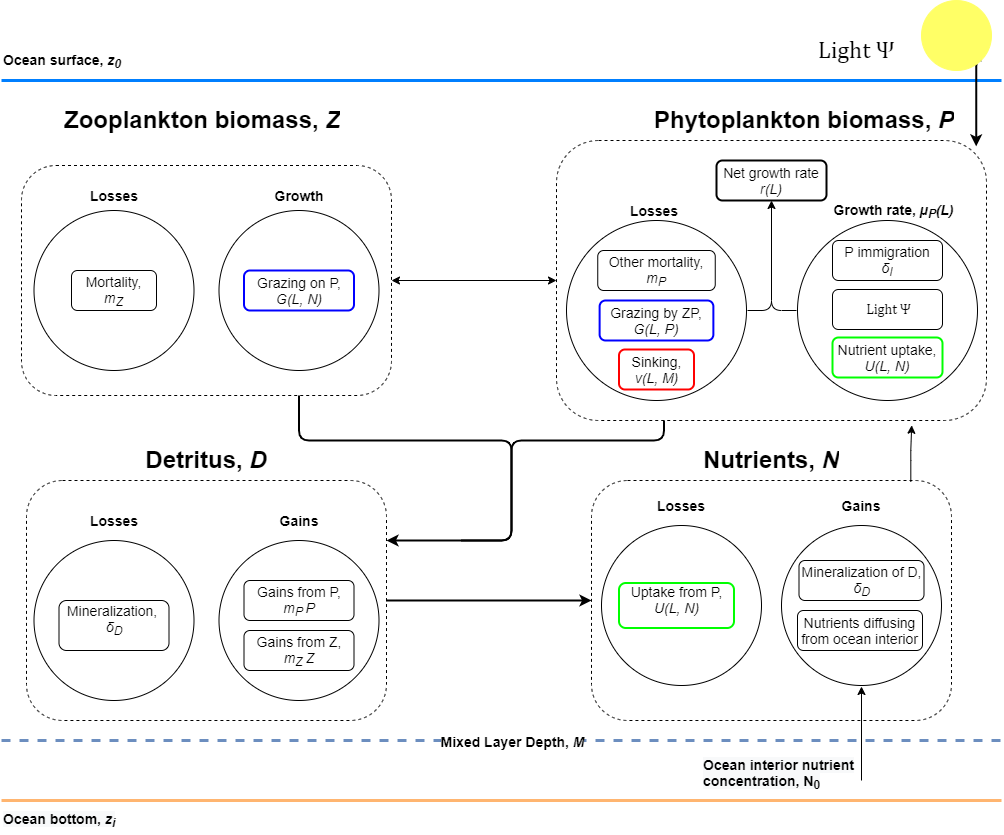
This is Figures/ModelIllustration.png from MickiJensen/Final-report, a draw.io export, as it was before one commit. Source tidied: cells renumbered, new cells last; positions are measured from the earlier drawing's top-left corner, leaving out a move shared by most shapes.
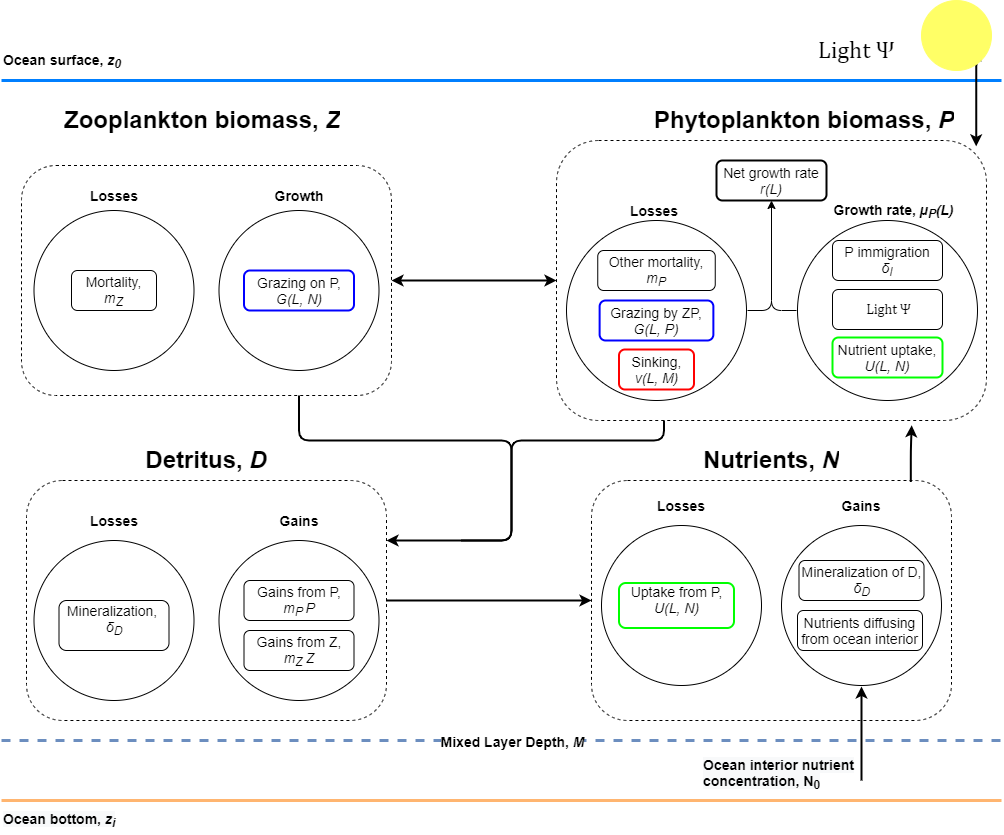
The same file after the commit.

What changed in the source:
```diff
@@ -2,7 +2,7 @@
   <root>
     <mxCell id="0" />
     <mxCell id="1" parent="0" />
-    <mxCell id="2" style="edgeStyle=orthogonalEdgeStyle;rounded=1;jettySize=auto;html=1;entryX=1;entryY=0.5;entryDx=0;entryDy=0;startArrow=classic;startFill=1;endArrow=classic;endFill=1;strokeColor=#000000;" parent="1" edge="1" source="4" target="23">
+    <mxCell id="2" style="edgeStyle=orthogonalEdgeStyle;rounded=1;jettySize=auto;html=1;entryX=1;entryY=0.5;entryDx=0;entryDy=0;startArrow=classic;startFill=1;endArrow=classic;endFill=1;strokeColor=#000000;strokeWidth=2;" parent="1" edge="1" source="4" target="23">
       <mxGeometry relative="1" as="geometry" />
     </mxCell>
     <mxCell id="3" style="edgeStyle=orthogonalEdgeStyle;rounded=1;jettySize=auto;html=1;exitX=0.25;exitY=1;exitDx=0;exitDy=0;entryX=1;entryY=0.25;entryDx=0;entryDy=0;startArrow=none;startFill=0;endArrow=classic;endFill=1;strokeColor=#000000;strokeWidth=2;" parent="1" edge="1" source="4" target="33">
@@ -168,13 +168,13 @@
     <mxCell id="44" value="&lt;h1&gt;Nutrients, &lt;i&gt;N&lt;/i&gt;&lt;/h1&gt;" style="text;html=1;strokeColor=none;fillColor=none;spacing=5;spacingTop=-20;whiteSpace=wrap;overflow=hidden;rounded=0;align=center;" parent="1" vertex="1">
       <mxGeometry x="630" y="440" width="280" height="40" as="geometry" />
     </mxCell>
-    <mxCell id="45" style="edgeStyle=orthogonalEdgeStyle;rounded=1;jettySize=auto;html=1;exitX=0.887;exitY=0.006;exitDx=0;exitDy=0;entryX=0.826;entryY=1.017;entryDx=0;entryDy=0;entryPerimeter=0;startArrow=none;startFill=0;endArrow=classic;endFill=1;strokeColor=#000000;strokeWidth=1;exitPerimeter=0;" parent="1" edge="1" source="46" target="4">
+    <mxCell id="45" style="edgeStyle=orthogonalEdgeStyle;rounded=1;jettySize=auto;html=1;exitX=0.887;exitY=0.006;exitDx=0;exitDy=0;entryX=0.826;entryY=1.017;entryDx=0;entryDy=0;entryPerimeter=0;startArrow=none;startFill=0;endArrow=classic;endFill=1;strokeColor=#000000;strokeWidth=2;exitPerimeter=0;" parent="1" edge="1" source="46" target="4">
       <mxGeometry relative="1" as="geometry" />
     </mxCell>
     <mxCell id="46" style="rounded=1;whiteSpace=wrap;html=1;strokeColor=#000000;strokeWidth=1;fillColor=none;dashed=1;" parent="1" vertex="1">
       <mxGeometry x="590" y="480" width="360" height="240" as="geometry" />
     </mxCell>
-    <mxCell id="47" style="edgeStyle=orthogonalEdgeStyle;rounded=0;jettySize=auto;html=1;exitX=0.5;exitY=1;exitDx=0;exitDy=0;endArrow=none;endFill=0;startArrow=classic;startFill=1;" parent="1" edge="1" source="48">
+    <mxCell id="47" style="edgeStyle=orthogonalEdgeStyle;rounded=0;jettySize=auto;html=1;exitX=0.5;exitY=1;exitDx=0;exitDy=0;endArrow=none;endFill=0;startArrow=classic;startFill=1;strokeWidth=2;" parent="1" edge="1" source="48">
       <mxGeometry relative="1" as="geometry">
         <mxPoint x="860" y="780" as="targetPoint" />
       </mxGeometry>
```
